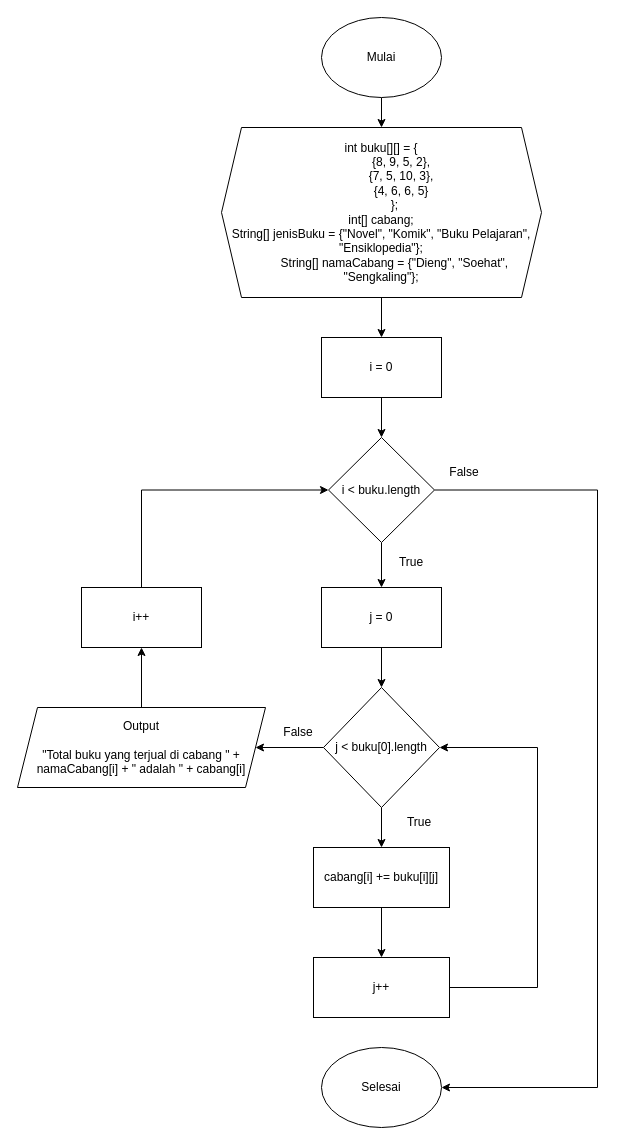
nhaidaar/daspro keeps this draw.io diagram as page "No. 1" (1 of 3) of Tugas9_2_Naufal.drawio. Above is the earlier version. Source tidied: cells renumbered, new cells numbered last; positions are measured from the earlier drawing's top-left corner, leaving out a move shared by most shapes. Both pictures are drawn from the tidied source at 100%, with x=0, y=0 at pixel (17, 17).
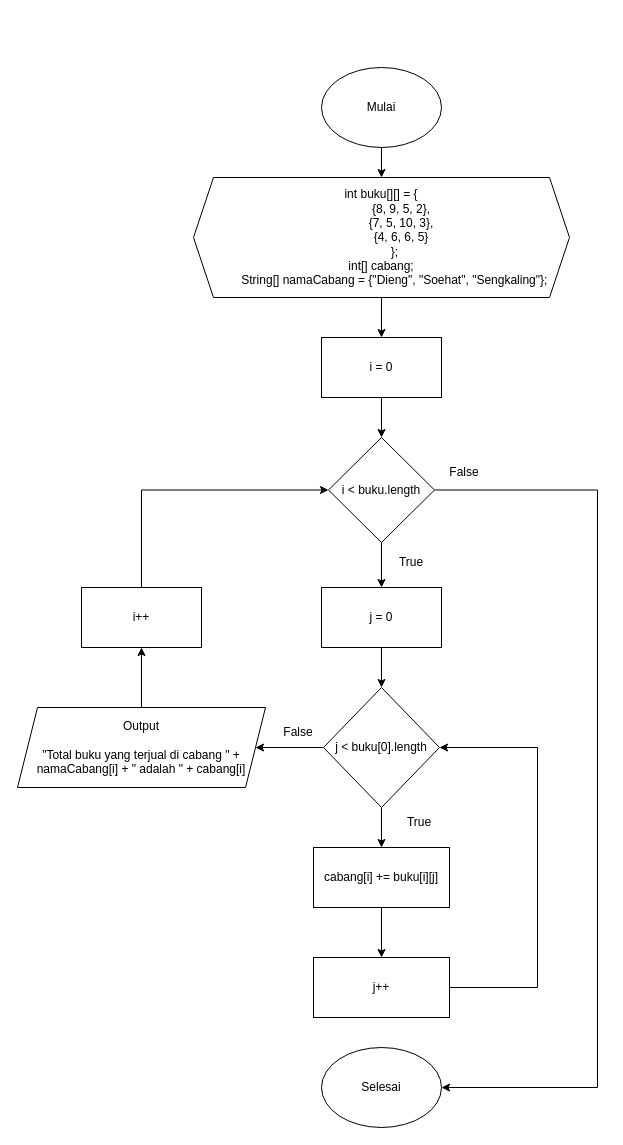
After the change.

The edit, as a diff of the source:
```diff
@@
     <mxCell id="3" value="Mulai" style="ellipse;whiteSpace=wrap;html=1;" parent="1" vertex="1">
-      <mxGeometry x="304" width="120" height="80" as="geometry" />
+      <mxGeometry x="304" y="50" width="120" height="80" as="geometry" />
     </mxCell>
@@
-    <mxCell id="5" value="&lt;div&gt;int buku[][] = {&lt;/div&gt;&lt;div&gt;&amp;nbsp; &amp;nbsp; &amp;nbsp; &amp;nbsp; &amp;nbsp; &amp;nbsp; {8, 9, 5, 2},&lt;/div&gt;&lt;div&gt;&amp;nbsp; &amp;nbsp; &amp;nbsp; &amp;nbsp; &amp;nbsp; &amp;nbsp; {7, 5, 10, 3},&lt;/div&gt;&lt;div&gt;&amp;nbsp; &amp;nbsp; &amp;nbsp; &amp;nbsp; &amp;nbsp; &amp;nbsp; {4, 6, 6, 5}&lt;/div&gt;&lt;div&gt;&amp;nbsp; &amp;nbsp; &amp;nbsp; &amp;nbsp; };&lt;/div&gt;&lt;div&gt;int[] cabang;&lt;br&gt;&lt;/div&gt;&lt;div&gt;&lt;span style=&quot;background-color: initial;&quot;&gt;String[] jenisBuku = {&quot;Novel&quot;, &quot;Komik&quot;, &quot;Buku Pelajaran&quot;, &quot;Ensiklopedia&quot;};&lt;/span&gt;&lt;/div&gt;&lt;div&gt;&amp;nbsp; &amp;nbsp; &amp;nbsp; &amp;nbsp; String[] namaCabang = {&quot;Dieng&quot;, &quot;Soehat&quot;, &quot;Sengkaling&quot;};&lt;/div&gt;" style="shape=hexagon;perimeter=hexagonPerimeter2;whiteSpace=wrap;html=1;fixedSize=1;" parent="1" vertex="1">
-      <mxGeometry x="204" y="110" width="320" height="170" as="geometry" />
+    <mxCell id="5" value="&lt;div&gt;int buku[][] = {&lt;/div&gt;&lt;div&gt;&amp;nbsp; &amp;nbsp; &amp;nbsp; &amp;nbsp; &amp;nbsp; &amp;nbsp; {8, 9, 5, 2},&lt;/div&gt;&lt;div&gt;&amp;nbsp; &amp;nbsp; &amp;nbsp; &amp;nbsp; &amp;nbsp; &amp;nbsp; {7, 5, 10, 3},&lt;/div&gt;&lt;div&gt;&amp;nbsp; &amp;nbsp; &amp;nbsp; &amp;nbsp; &amp;nbsp; &amp;nbsp; {4, 6, 6, 5}&lt;/div&gt;&lt;div&gt;&amp;nbsp; &amp;nbsp; &amp;nbsp; &amp;nbsp; };&lt;/div&gt;&lt;div&gt;int[] cabang;&lt;/div&gt;&lt;div&gt;&amp;nbsp; &amp;nbsp; &amp;nbsp; &amp;nbsp; String[] namaCabang = {&quot;Dieng&quot;, &quot;Soehat&quot;, &quot;Sengkaling&quot;};&lt;/div&gt;" style="shape=hexagon;perimeter=hexagonPerimeter2;whiteSpace=wrap;html=1;fixedSize=1;" parent="1" vertex="1">
+      <mxGeometry x="176" y="160" width="376" height="120" as="geometry" />
     </mxCell>
```
